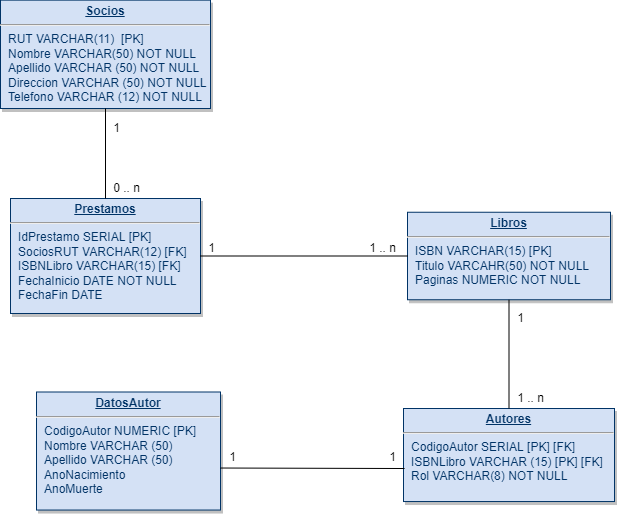
The draw.io diagram M7_DB/examen_modulo/Modelo Fisico.drawio.png in lmunozm1702/DesLat_M7M8, before a commit. Source tidied: cells renumbered, new cells last; positions are measured from the earlier drawing's top-left corner, leaving out a move shared by most shapes.
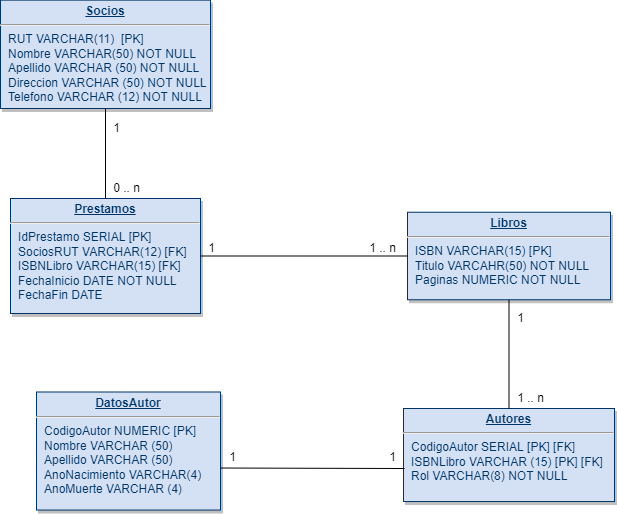
The same diagram one commit later.

What changed in the source:
```diff
@@ -14,7 +14,7 @@
     <mxCell id="5" value="&lt;p style=&quot;margin: 0px; margin-top: 4px; text-align: center; text-decoration: underline;&quot;&gt;&lt;strong&gt;Socios&lt;/strong&gt;&lt;/p&gt;&lt;hr&gt;&lt;p style=&quot;margin: 0px; margin-left: 8px;&quot;&gt;RUT VARCHAR(11)&amp;nbsp; [PK]&lt;/p&gt;&lt;p style=&quot;margin: 0px; margin-left: 8px;&quot;&gt;Nombre VARCHAR(50) NOT NULL&lt;/p&gt;&lt;p style=&quot;margin: 0px; margin-left: 8px;&quot;&gt;Apellido VARCHAR (50) NOT NULL&lt;/p&gt;&lt;p style=&quot;margin: 0px; margin-left: 8px;&quot;&gt;Direccion VARCHAR (50) NOT NULL&lt;/p&gt;&lt;p style=&quot;margin: 0px; margin-left: 8px;&quot;&gt;Telefono VARCHAR (12) NOT NULL&lt;/p&gt;" style="verticalAlign=top;align=left;overflow=fill;fontSize=12;fontFamily=Helvetica;html=1;strokeColor=#003366;shadow=1;fillColor=#D4E1F5;fontColor=#003366;" parent="1" vertex="1">
       <mxGeometry y="-0.4" width="210" height="108.4" as="geometry" />
     </mxCell>
-    <mxCell id="6" value="&lt;p style=&quot;margin: 0px; margin-top: 4px; text-align: center; text-decoration: underline;&quot;&gt;&lt;b&gt;DatosAutor&lt;/b&gt;&lt;/p&gt;&lt;hr&gt;&lt;p style=&quot;margin: 0px; margin-left: 8px;&quot;&gt;CodigoAutor NUMERIC [PK]&amp;nbsp;&lt;/p&gt;&lt;p style=&quot;margin: 0px; margin-left: 8px;&quot;&gt;Nombre VARCHAR (50)&lt;/p&gt;&lt;p style=&quot;margin: 0px; margin-left: 8px;&quot;&gt;Apellido VARCHAR (50)&lt;/p&gt;&lt;p style=&quot;margin: 0px; margin-left: 8px;&quot;&gt;AnoNacimiento&amp;nbsp;&lt;/p&gt;&lt;p style=&quot;margin: 0px; margin-left: 8px;&quot;&gt;AnoMuerte&lt;/p&gt;" style="verticalAlign=top;align=left;overflow=fill;fontSize=12;fontFamily=Helvetica;html=1;strokeColor=#003366;shadow=1;fillColor=#D4E1F5;fontColor=#003366;" parent="1" vertex="1">
+    <mxCell id="6" value="&lt;p style=&quot;margin: 0px; margin-top: 4px; text-align: center; text-decoration: underline;&quot;&gt;&lt;b&gt;DatosAutor&lt;/b&gt;&lt;/p&gt;&lt;hr&gt;&lt;p style=&quot;margin: 0px; margin-left: 8px;&quot;&gt;CodigoAutor NUMERIC [PK]&amp;nbsp;&lt;/p&gt;&lt;p style=&quot;margin: 0px; margin-left: 8px;&quot;&gt;Nombre VARCHAR (50)&lt;/p&gt;&lt;p style=&quot;margin: 0px; margin-left: 8px;&quot;&gt;Apellido VARCHAR (50)&lt;/p&gt;&lt;p style=&quot;margin: 0px; margin-left: 8px;&quot;&gt;AnoNacimiento VARCHAR(4)&lt;/p&gt;&lt;p style=&quot;margin: 0px; margin-left: 8px;&quot;&gt;AnoMuerte VARCHAR (4)&lt;/p&gt;" style="verticalAlign=top;align=left;overflow=fill;fontSize=12;fontFamily=Helvetica;html=1;strokeColor=#003366;shadow=1;fillColor=#D4E1F5;fontColor=#003366;" parent="1" vertex="1">
       <mxGeometry x="36" y="391.5" width="184" height="118" as="geometry" />
     </mxCell>
     <mxCell id="7" style="endArrow=none;html=1;rounded=0;entryX=0.5;entryY=1;entryDx=0;entryDy=0;exitX=0.5;exitY=0;exitDx=0;exitDy=0;" parent="1" edge="1" source="3" target="5">
```
